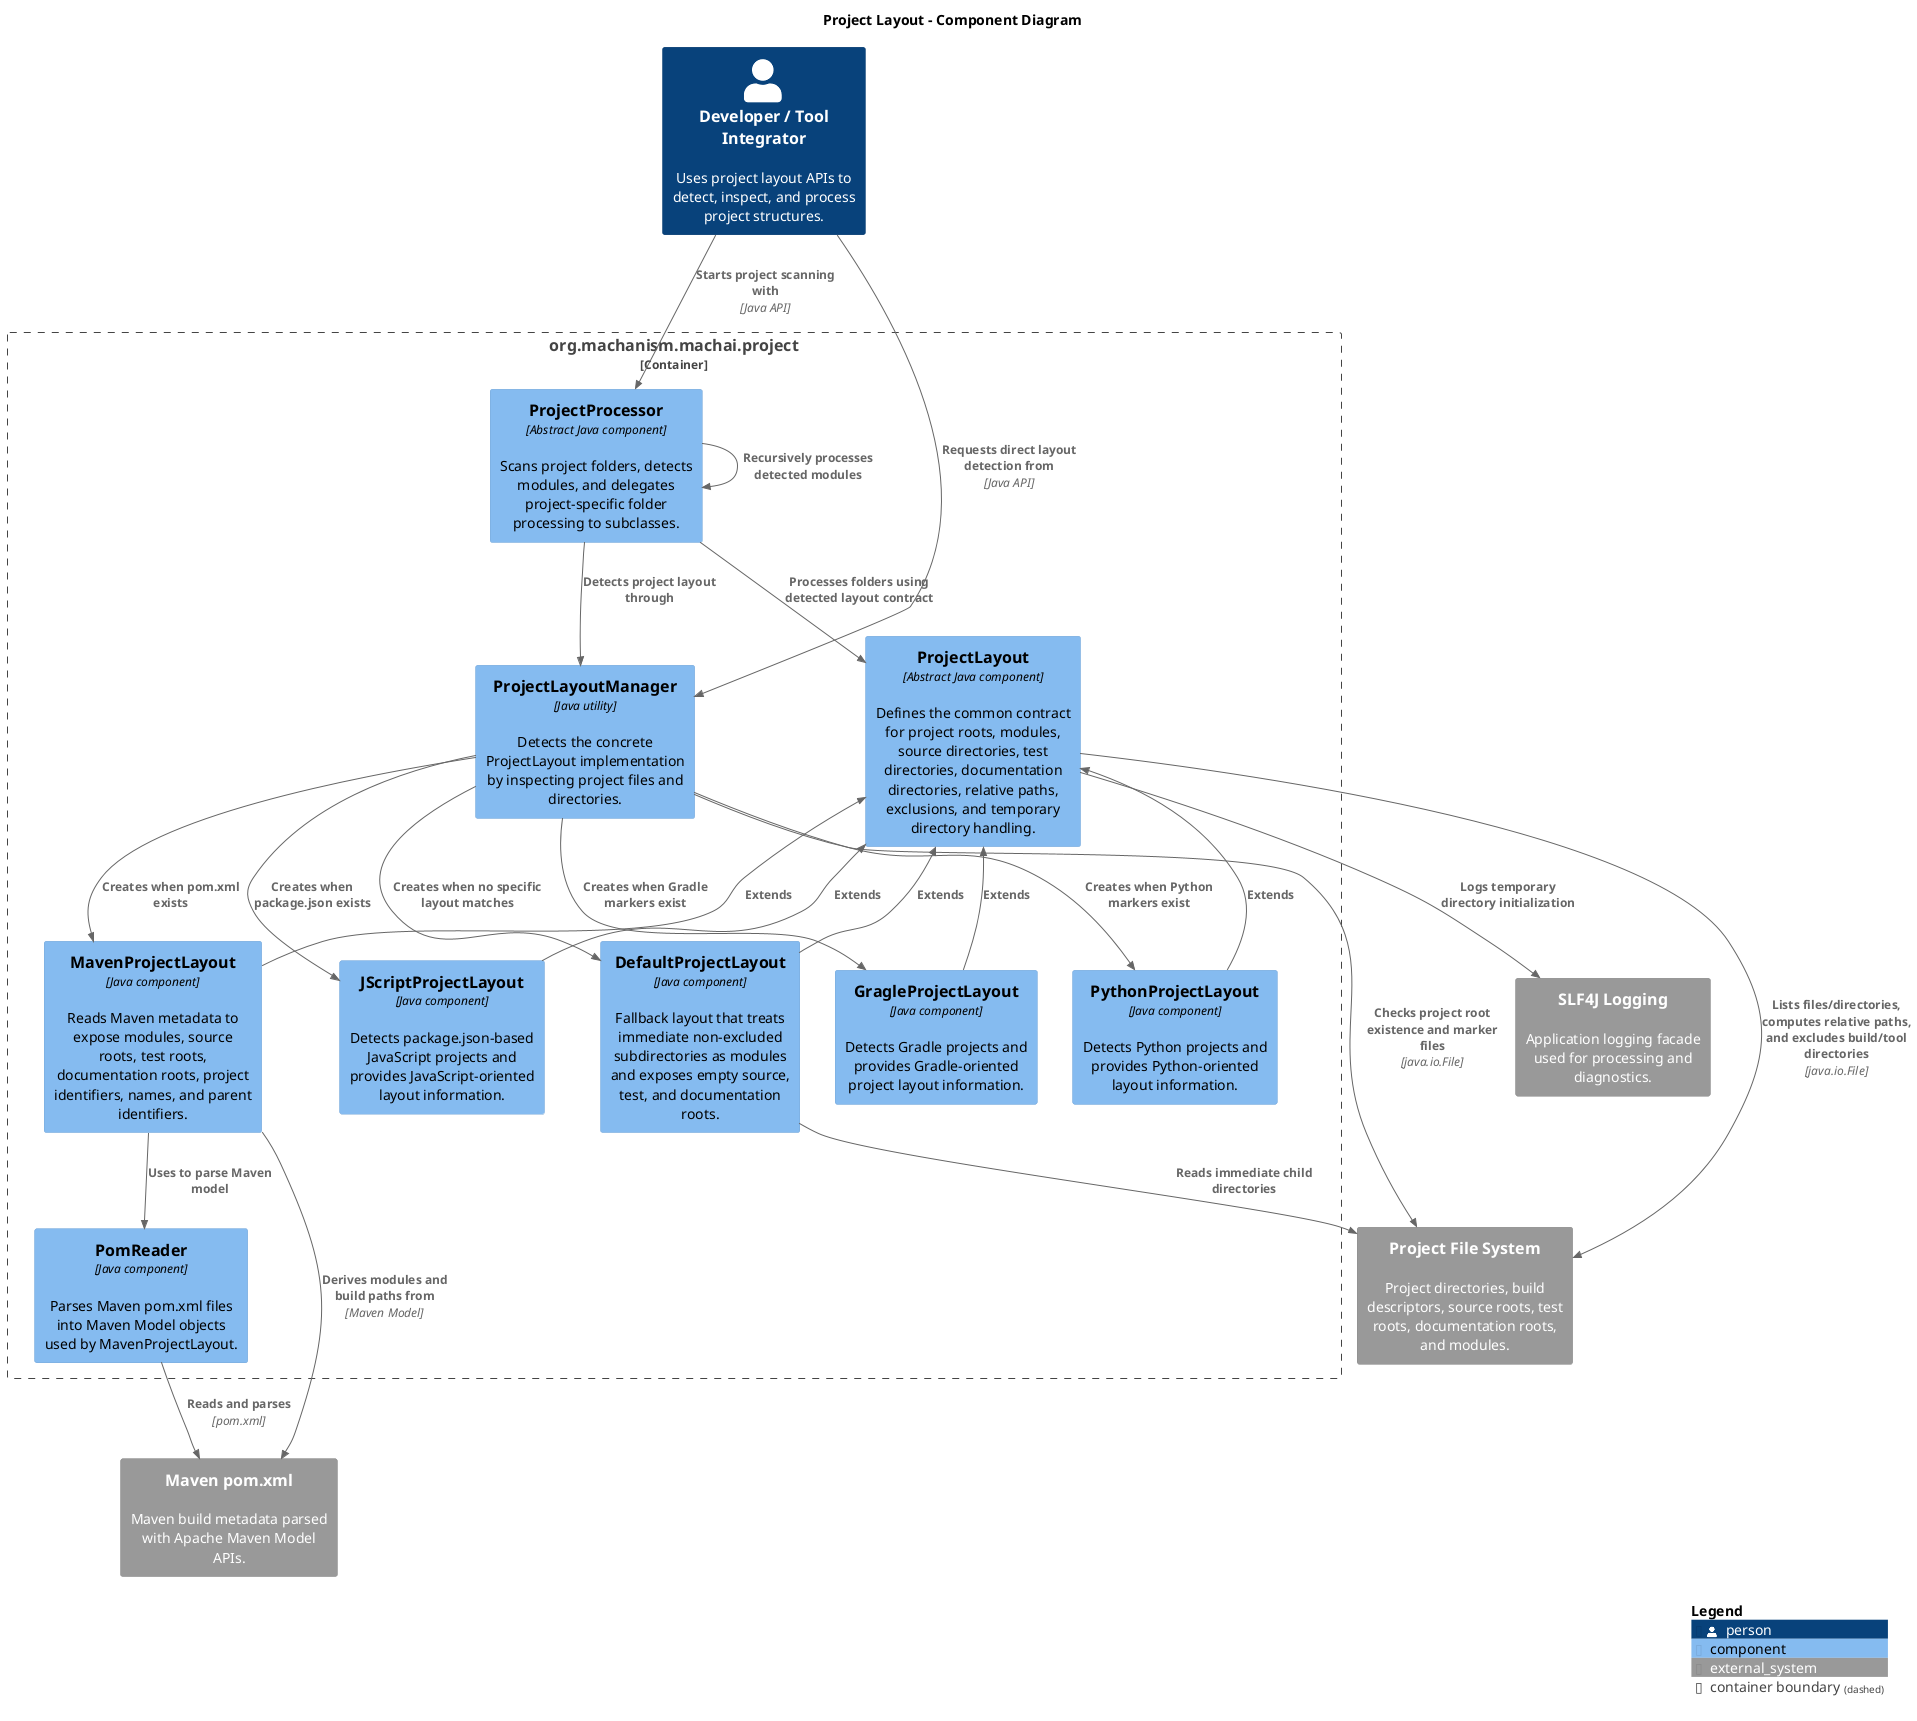
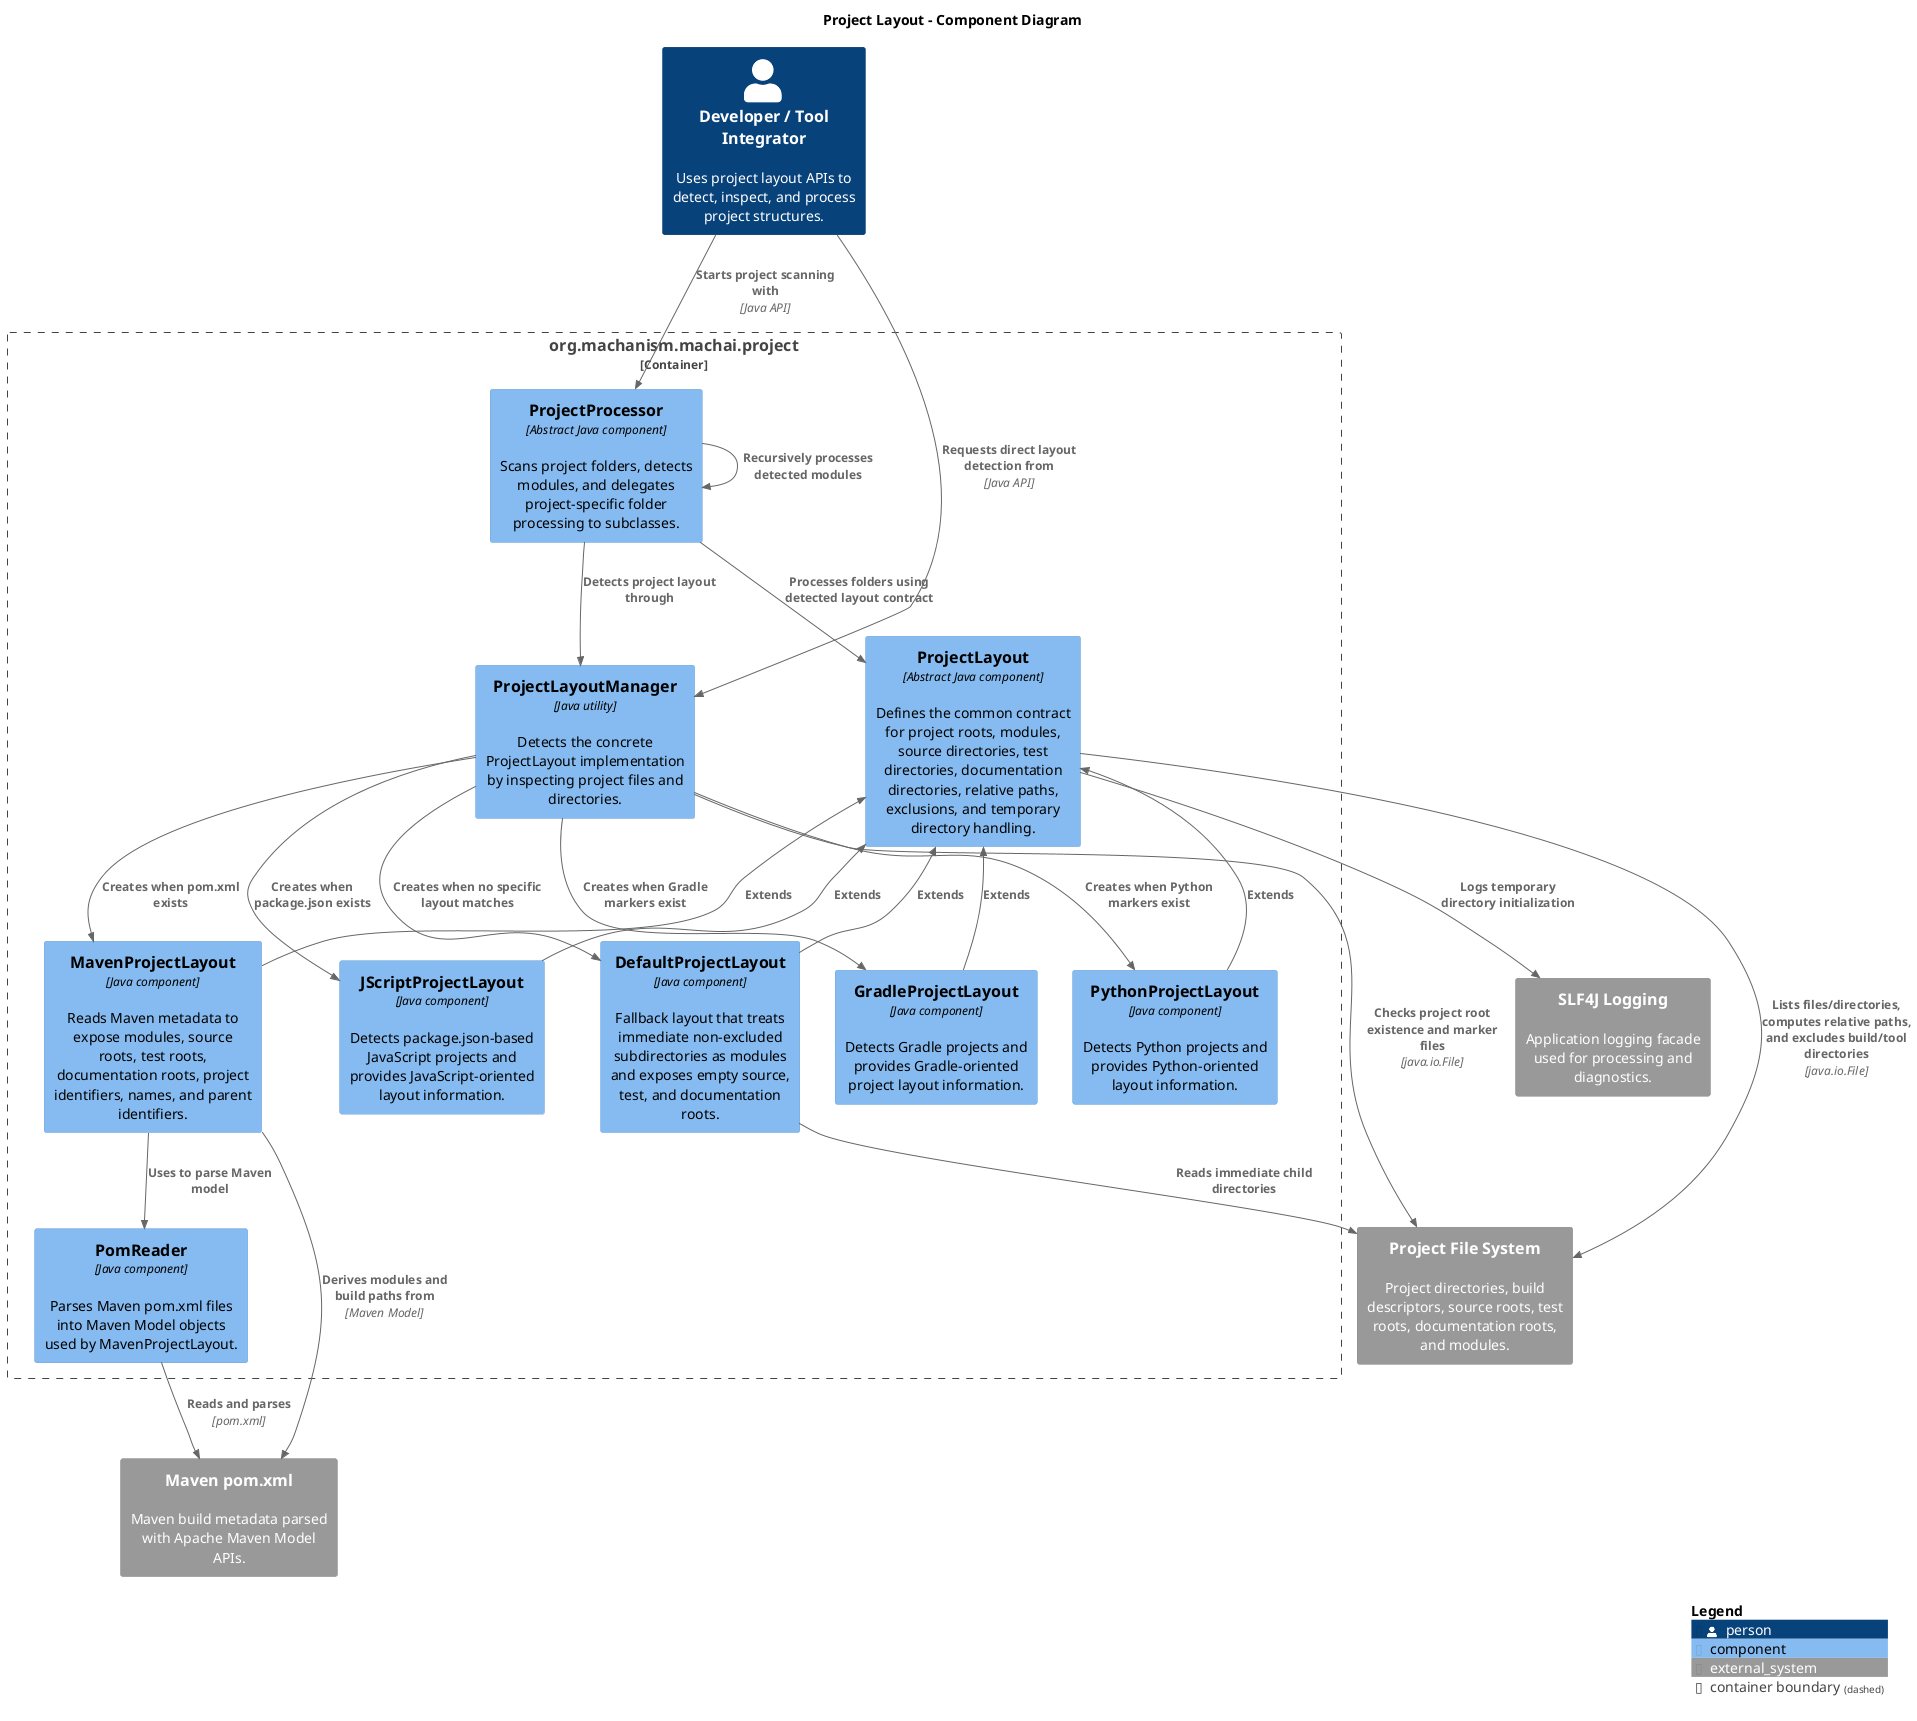
' @guidance:
' Create or update the C4 Component-level PlantUML diagram for the project.
'
' - If a C4 Component diagram already exists.
' - If no diagram exists, generate a new one that clearly represents all major components, their responsibilities, and interactions within the project.
' - Use PlantUML C4-PlantUML syntax and best practices for clarity and maintainability.
' - Include only relevant components from `/src/main/java` and external systems; remove or omit unnecessary details.
' - Organize the diagram for readability, avoiding complexity and clutter.
' - Add SHOW_LEGEND() at the end of the puml code.
@startuml ProjectLayoutComponentDiagram
!include <C4/C4_Component>

LAYOUT_WITH_LEGEND()

title Project Layout - Component Diagram

Person(developer, "Developer / Tool Integrator", "Uses project layout APIs to detect, inspect, and process project structures.")

System_Ext(fileSystem, "Project File System", "Project directories, build descriptors, source roots, test roots, documentation roots, and modules.")
System_Ext(mavenPom, "Maven pom.xml", "Maven build metadata parsed with Apache Maven Model APIs.")
System_Ext(logging, "SLF4J Logging", "Application logging facade used for processing and diagnostics.")

Container_Boundary(projectLayoutLib, "org.machanism.machai.project") {
    Component(projectProcessor, "ProjectProcessor", "Abstract Java component", "Scans project folders, detects modules, and delegates project-specific folder processing to subclasses.")
    Component(projectLayoutManager, "ProjectLayoutManager", "Java utility", "Detects the concrete ProjectLayout implementation by inspecting project files and directories.")

    Component(projectLayout, "ProjectLayout", "Abstract Java component", "Defines the common contract for project roots, modules, source directories, test directories, documentation directories, relative paths, exclusions, and temporary directory handling.")

    Component(defaultLayout, "DefaultProjectLayout", "Java component", "Fallback layout that treats immediate non-excluded subdirectories as modules and exposes empty source, test, and documentation roots.")
    Component(mavenLayout, "MavenProjectLayout", "Java component", "Reads Maven metadata to expose modules, source roots, test roots, documentation roots, project identifiers, names, and parent identifiers.")
-     Component(gradleLayout, "GragleProjectLayout", "Java component", "Detects Gradle projects and provides Gradle-oriented project layout information.")
+     Component(gradleLayout, "GradleProjectLayout", "Java component", "Detects Gradle projects and provides Gradle-oriented project layout information.")
    Component(jsLayout, "JScriptProjectLayout", "Java component", "Detects package.json-based JavaScript projects and provides JavaScript-oriented layout information.")
    Component(pythonLayout, "PythonProjectLayout", "Java component", "Detects Python projects and provides Python-oriented layout information.")
    Component(pomReader, "PomReader", "Java component", "Parses Maven pom.xml files into Maven Model objects used by MavenProjectLayout.")
}

Rel(developer, projectProcessor, "Starts project scanning with", "Java API")
Rel(developer, projectLayoutManager, "Requests direct layout detection from", "Java API")

Rel(projectProcessor, projectLayoutManager, "Detects project layout through")
Rel(projectProcessor, projectLayout, "Processes folders using detected layout contract")
Rel(projectProcessor, projectProcessor, "Recursively processes detected modules")

Rel(projectLayoutManager, fileSystem, "Checks project root existence and marker files", "java.io.File")
Rel(projectLayoutManager, mavenLayout, "Creates when pom.xml exists")
Rel(projectLayoutManager, gradleLayout, "Creates when Gradle markers exist")
Rel(projectLayoutManager, jsLayout, "Creates when package.json exists")
Rel(projectLayoutManager, pythonLayout, "Creates when Python markers exist")
Rel(projectLayoutManager, defaultLayout, "Creates when no specific layout matches")

Rel_U(defaultLayout, projectLayout, "Extends")
Rel_U(mavenLayout, projectLayout, "Extends")
Rel_U(gradleLayout, projectLayout, "Extends")
Rel_U(jsLayout, projectLayout, "Extends")
Rel_U(pythonLayout, projectLayout, "Extends")

Rel(projectLayout, fileSystem, "Lists files/directories, computes relative paths, and excludes build/tool directories", "java.io.File")
Rel(projectLayout, logging, "Logs temporary directory initialization")
Rel(defaultLayout, fileSystem, "Reads immediate child directories")
Rel(mavenLayout, pomReader, "Uses to parse Maven model")
Rel(pomReader, mavenPom, "Reads and parses", "pom.xml")
Rel(mavenLayout, mavenPom, "Derives modules and build paths from", "Maven Model")

SHOW_LEGEND()
@enduml
